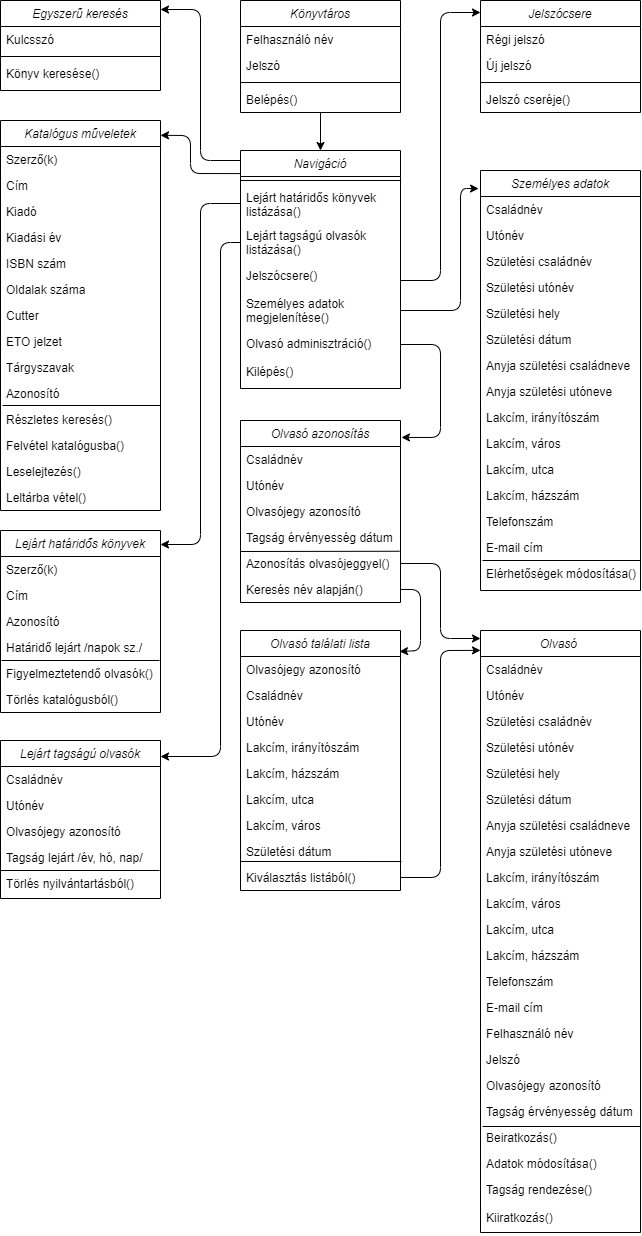
BoCiMaja/AFP2020_1_Lev_Csop2 keeps this draw.io diagram as Doc/image/konyvtaros_hatarosztalyai.png. Above is the earlier version. Source tidied: cells renumbered, new cells last; positions are measured from the earlier drawing's top-left corner, leaving out a move shared by most shapes.
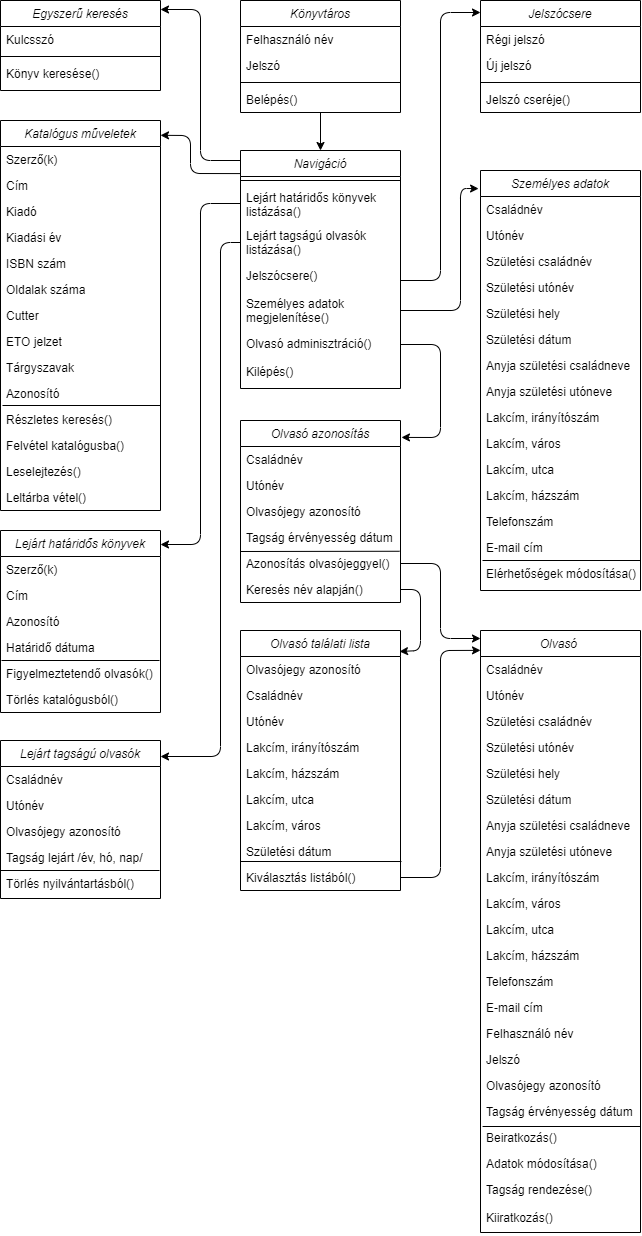
The same diagram one commit later.

Commit message:
Könyvtáros határosztályai módosítása

What changed in the source:
```diff
@@ -167,7 +167,7 @@
     <mxCell id="53" value="Azonosító" style="text;align=left;verticalAlign=top;spacingLeft=4;spacingRight=4;overflow=hidden;rounded=0;shadow=0;html=0;" parent="49" vertex="1">
       <mxGeometry y="78" width="160" height="26" as="geometry" />
     </mxCell>
-    <mxCell id="54" value="Határidő lejárt /napok sz./" style="text;align=left;verticalAlign=top;spacingLeft=4;spacingRight=4;overflow=hidden;rounded=0;shadow=0;html=0;" parent="49" vertex="1">
+    <mxCell id="54" value="Határidő dátuma" style="text;align=left;verticalAlign=top;spacingLeft=4;spacingRight=4;overflow=hidden;rounded=0;shadow=0;html=0;" parent="49" vertex="1">
       <mxGeometry y="104" width="160" height="26" as="geometry" />
     </mxCell>
     <mxCell id="55" value="Figyelmeztetendő olvasók()" style="text;align=left;verticalAlign=top;spacingLeft=4;spacingRight=4;overflow=hidden;rounded=0;shadow=0;html=0;" parent="49" vertex="1">
```
